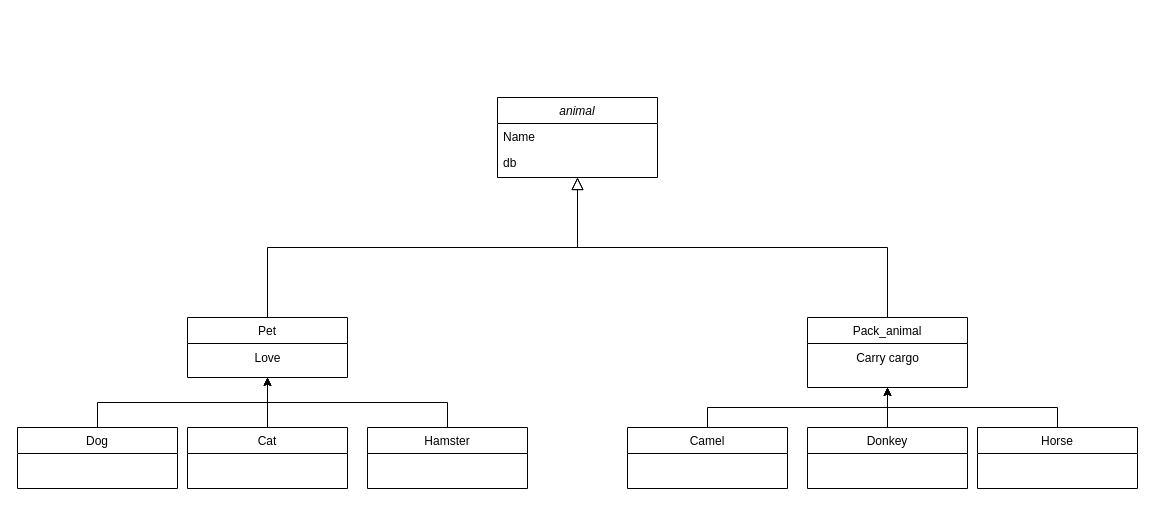
Earlier version of the draw.io diagram diagram.drawio (Keedfik/special_finals). Source tidied: cells renumbered, new cells numbered last; positions are measured from the earlier drawing's top-left corner, leaving out a move shared by most shapes. Both pictures are drawn from the tidied source at 100%, with x=0, y=0 at pixel (17, 97).
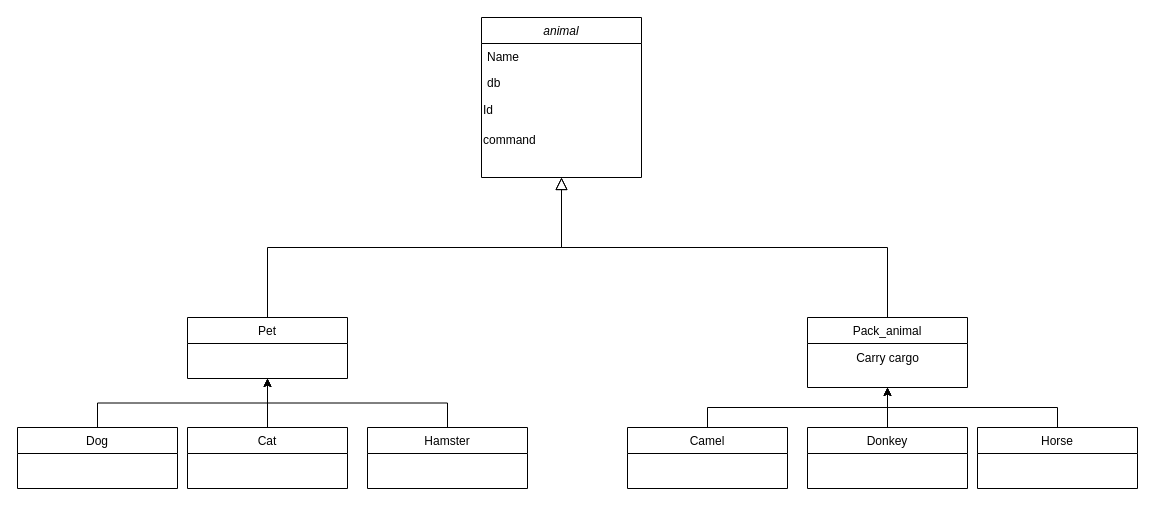
Above is the later version.

What changed in the source:
```diff
@@
     <mxCell id="2" value="animal" style="swimlane;fontStyle=2;align=center;verticalAlign=top;horizontal=1;startSize=26;rounded=0;shadow=0;strokeWidth=1;" parent="1" vertex="1">
-      <mxGeometry x="480" width="160" height="80" as="geometry" />
+      <mxGeometry x="464" y="-80" width="160" height="160" as="geometry" />
     </mxCell>
@@
+    <mxCell id="23" value="Id" style="text;html=1;align=left;verticalAlign=middle;strokeColor=none;fillColor=none;" parent="2" vertex="1">
+      <mxGeometry y="78" width="160" height="30" as="geometry" />
+    </mxCell>
+    <mxCell id="24" value="command" style="text;html=1;align=left;verticalAlign=middle;strokeColor=none;fillColor=none;" parent="2" vertex="1">
+      <mxGeometry y="108" width="160" height="30" as="geometry" />
+    </mxCell>
     <mxCell id="5" value="Pet" style="swimlane;fontStyle=0;align=center;verticalAlign=top;horizontal=1;startSize=26;rounded=0;shadow=0;strokeWidth=1;" parent="1" vertex="1">
-      <mxGeometry x="170" y="220" width="160" height="60" as="geometry" />
+      <mxGeometry x="170" y="220" width="160" height="61" as="geometry" />
     </mxCell>
-    <mxCell id="6" value="Love" style="text;html=1;align=center;verticalAlign=middle;strokeColor=none;fillColor=none;" parent="5" vertex="1">
-      <mxGeometry y="26" width="160" height="30" as="geometry" />
-    </mxCell>
```
